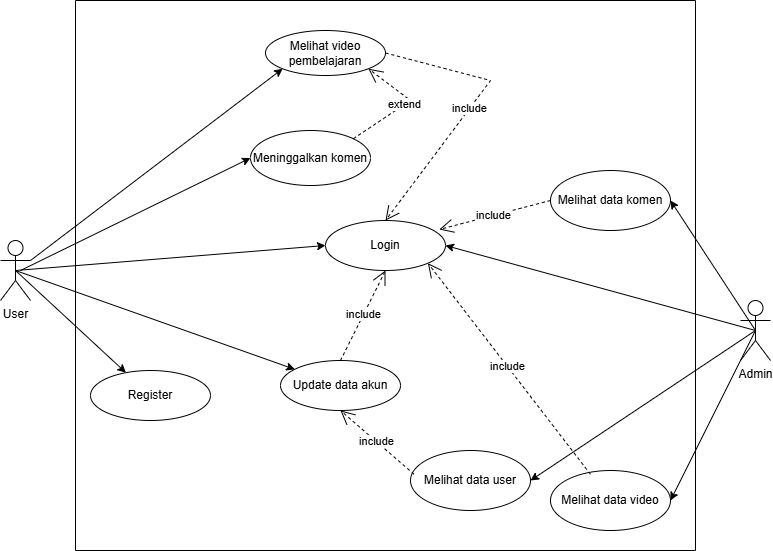
The draw.io diagram Diagrams/RPL Diagram.drawio.png in KVNC-source/OURRPL, before a commit. Source tidied: cells renumbered, new cells last; positions are measured from the earlier drawing's top-left corner, leaving out a move shared by most shapes.
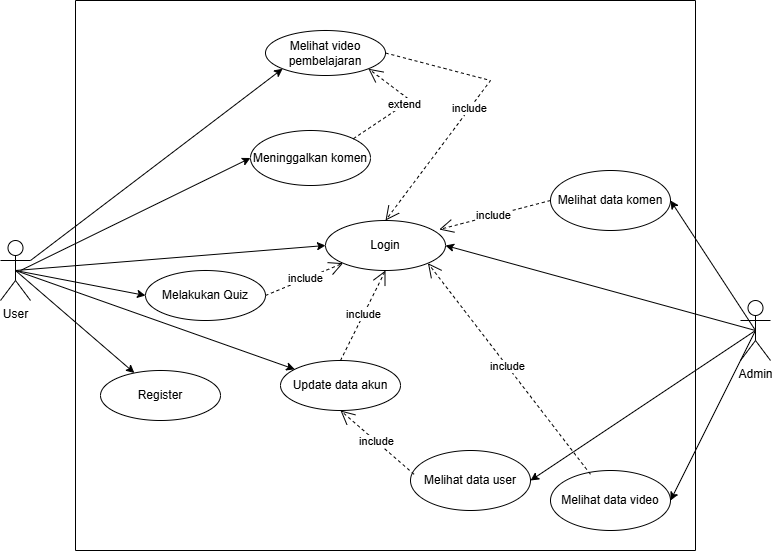
The same diagram one commit later.

Diff of the diagram source:
```diff
@@ -27,7 +27,7 @@
       <mxGeometry x="475" y="470" width="120" height="60" as="geometry" />
     </mxCell>
     <mxCell id="10" value="Register" style="ellipse;whiteSpace=wrap;html=1;" parent="2" vertex="1">
-      <mxGeometry x="15" y="370" width="120" height="50" as="geometry" />
+      <mxGeometry x="25" y="370" width="120" height="50" as="geometry" />
     </mxCell>
     <mxCell id="11" value="include" style="endArrow=open;endSize=12;dashed=1;html=1;rounded=0;entryX=0.5;entryY=1;entryDx=0;entryDy=0;exitX=0.5;exitY=0;exitDx=0;exitDy=0;" parent="2" edge="1" source="5" target="3">
       <mxGeometry x="0.02" relative="1" as="geometry" />
@@ -55,6 +55,12 @@
     <mxCell id="16" value="include" style="endArrow=open;endSize=12;dashed=1;html=1;rounded=0;entryX=1;entryY=1;entryDx=0;entryDy=0;exitX=0.333;exitY=0.063;exitDx=0;exitDy=0;exitPerimeter=0;" parent="2" edge="1" source="9" target="3">
       <mxGeometry x="0.02" relative="1" as="geometry" />
     </mxCell>
+    <mxCell id="29" value="Melakukan Quiz" style="ellipse;whiteSpace=wrap;html=1;" parent="2" vertex="1">
+      <mxGeometry x="70" y="270" width="120" height="50" as="geometry" />
+    </mxCell>
+    <mxCell id="30" value="include" style="endArrow=open;endSize=12;dashed=1;html=1;rounded=0;entryX=0;entryY=1;entryDx=0;entryDy=0;exitX=1;exitY=0.5;exitDx=0;exitDy=0;" parent="2" edge="1" source="29" target="3">
+      <mxGeometry x="0.02" relative="1" as="geometry" />
+    </mxCell>
     <mxCell id="17" value="User" style="shape=umlActor;verticalLabelPosition=bottom;verticalAlign=top;html=1;outlineConnect=0;" parent="1" vertex="1">
       <mxGeometry y="240" width="30" height="60" as="geometry" />
     </mxCell>
@@ -96,5 +102,8 @@
         <mxPoint x="20" y="270" as="sourcePoint" />
       </mxGeometry>
     </mxCell>
+    <mxCell id="31" style="endArrow=classic;html=1;rounded=0;exitX=0.5;exitY=0.5;exitDx=0;exitDy=0;exitPerimeter=0;entryX=0;entryY=0.5;entryDx=0;entryDy=0;" parent="1" edge="1" source="17" target="29">
+      <mxGeometry relative="1" as="geometry" />
+    </mxCell>
   </root>
 </mxGraphModel>
```
